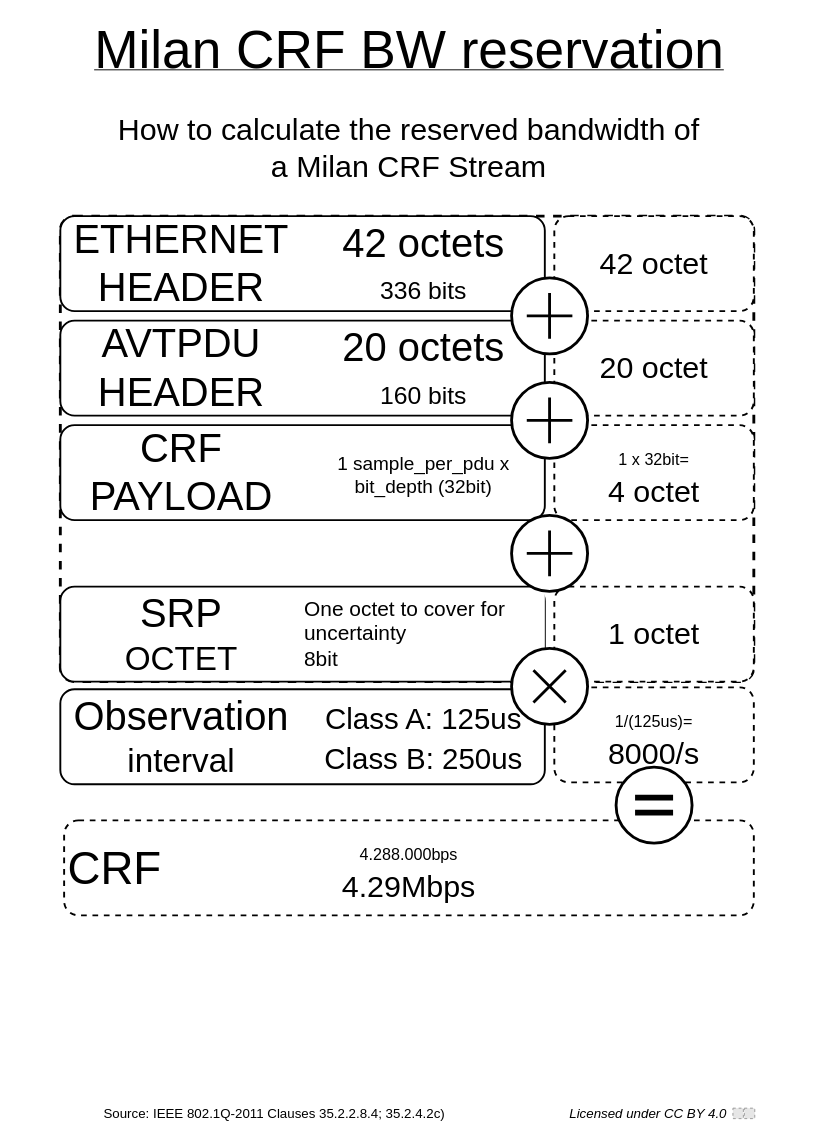
This is page "CRF" (2 of 2) of msrp_details.drawio from avb-academy/msrp_milan_cheat_sheet, a draw.io file, before an edit. Source tidied: cells renumbered, new cells numbered last; positions are measured from the earlier drawing's top-left corner, leaving out a move shared by most shapes. Both pictures are drawn from the tidied source at 95%, with x=0, y=0 at pixel (16, 16). Pictures stored in the file or linked from it are replaced by grey dashed boxes.
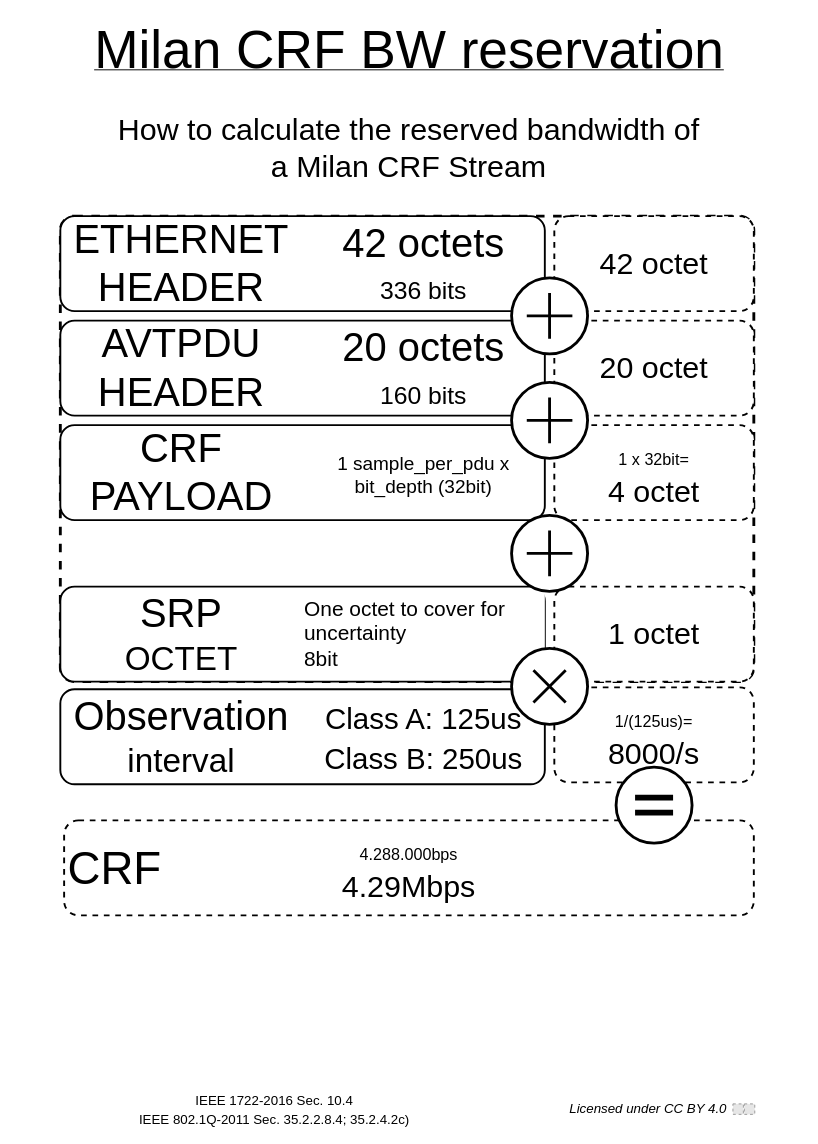
The same diagram, later.

What changed in the source:
```diff
@@
-    <mxCell id="39" value="&lt;font style=&quot;font-size: 14px;&quot;&gt;Source: IEEE 802.1Q-2011 Clauses 35.2.2.8.4; 35.2.4.2c)&lt;/font&gt;" style="text;html=1;strokeColor=none;fillColor=none;align=center;verticalAlign=middle;whiteSpace=wrap;rounded=0;dashed=1;fontSize=16;" parent="1" vertex="1">
-      <mxGeometry x="65" y="1139" width="413" height="30" as="geometry" />
-    </mxCell>
     <mxCell id="40" style="group;fillColor=none;" parent="1" vertex="1">
-      <mxGeometry x="575" y="1139.5" width="201" height="30" as="geometry" />
+      <mxGeometry x="575" y="1135" width="201" height="30" as="geometry" />
     </mxCell>
@@
+    <mxCell id="45" value="&lt;div&gt;&lt;font style=&quot;font-size: 14px;&quot;&gt;IEEE 1722-2016 Sec. 10.4&lt;br&gt;&lt;/font&gt;&lt;/div&gt;&lt;font style=&quot;font-size: 14px;&quot;&gt;IEEE 802.1Q-2011 Sec. 35.2.2.8.4; 35.2.4.2c)&lt;br&gt;&lt;/font&gt;" style="text;html=1;strokeColor=none;fillColor=none;align=center;verticalAlign=middle;whiteSpace=wrap;rounded=0;dashed=1;fontSize=16;" parent="1" vertex="1">
+      <mxGeometry x="65" y="1135" width="413" height="30" as="geometry" />
+    </mxCell>
```
